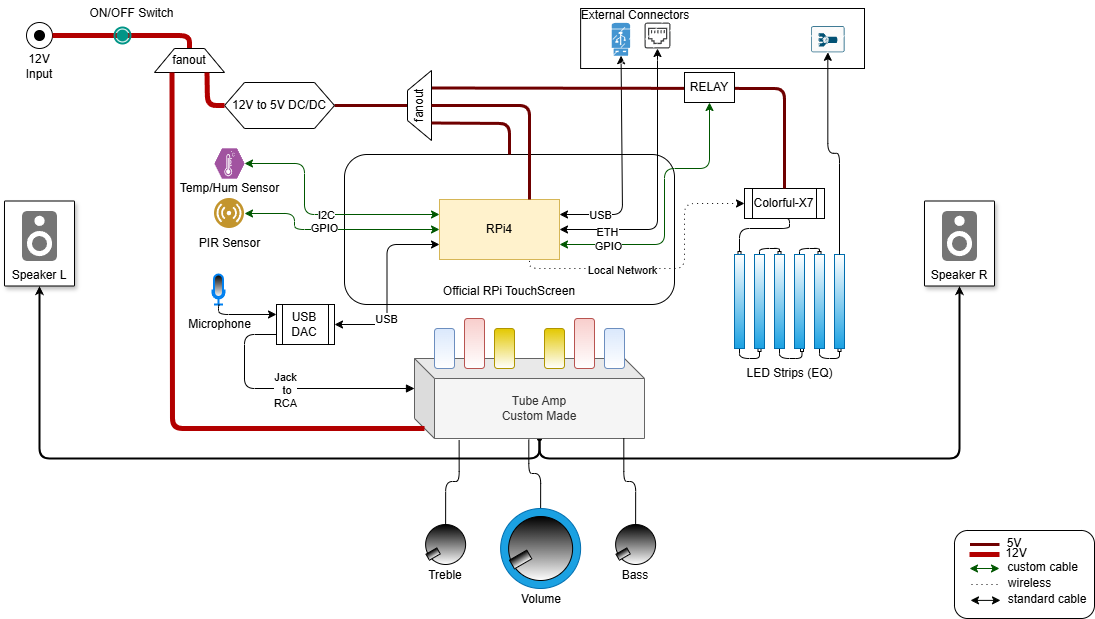
CheAhMeD/MusicStation keeps this draw.io diagram as screenshots/music_station_arch.png. Above is the earlier version. Source tidied: cells renumbered, new cells last; positions are measured from the earlier drawing's top-left corner, leaving out a move shared by most shapes.
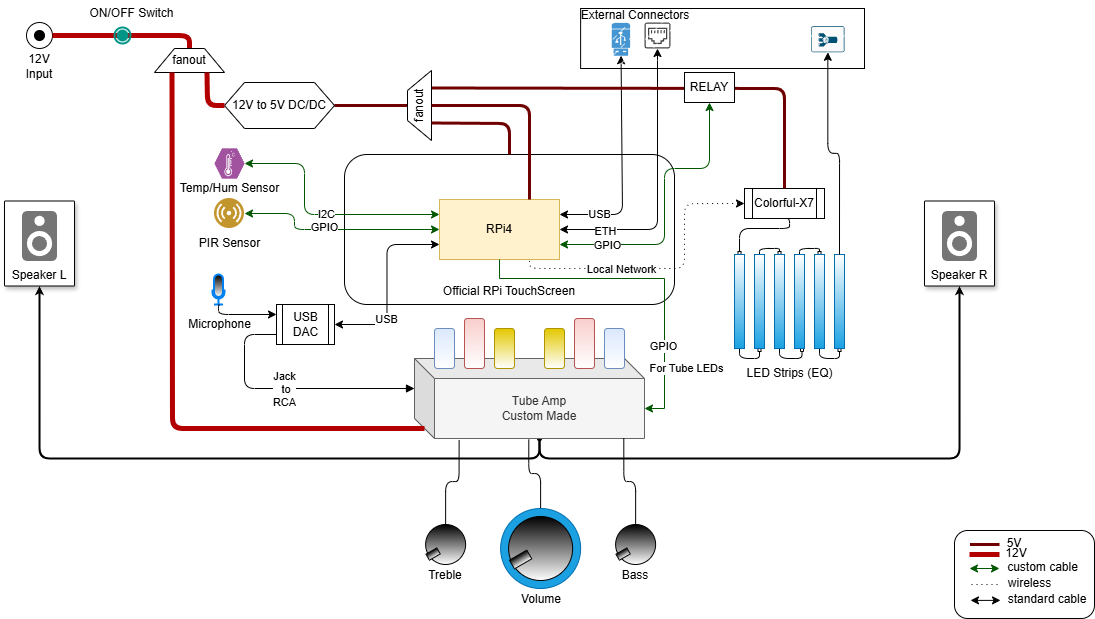
After the change.

Diff of the diagram source:
```diff
@@ -435,5 +435,22 @@
     <mxCell id="105" value="standard cable" style="text;html=1;strokeColor=none;fillColor=none;align=center;verticalAlign=middle;whiteSpace=wrap;rounded=0;" parent="1" vertex="1">
       <mxGeometry x="999" y="594" width="88" height="10" as="geometry" />
     </mxCell>
+    <mxCell id="106" style="edgeStyle=orthogonalEdgeStyle;rounded=0;jettySize=auto;html=1;exitX=0.5;exitY=1;exitDx=0;exitDy=0;entryX=0;entryY=0;entryDx=230;entryDy=50;entryPerimeter=0;fillColor=#008a00;strokeColor=#005700;" parent="1" edge="1" source="4" target="12">
+      <mxGeometry relative="1" as="geometry">
+        <Array as="points">
+          <mxPoint x="495" y="278" />
+          <mxPoint x="660" y="278" />
+          <mxPoint x="660" y="408" />
+        </Array>
+      </mxGeometry>
+    </mxCell>
+    <mxCell id="107" value="GPIO" style="edgeLabel;html=1;align=center;verticalAlign=middle;" parent="106" vertex="1">
+      <mxGeometry x="0.5" y="-1" relative="1" as="geometry" />
+    </mxCell>
+    <mxCell id="108" value="For Tube LEDs" style="edgeLabel;html=1;align=center;verticalAlign=middle;" parent="106" vertex="1">
+      <mxGeometry x="0.69" y="-1" relative="1" as="geometry">
+        <mxPoint x="23" y="-9" as="offset" />
+      </mxGeometry>
+    </mxCell>
   </root>
 </mxGraphModel>
```
